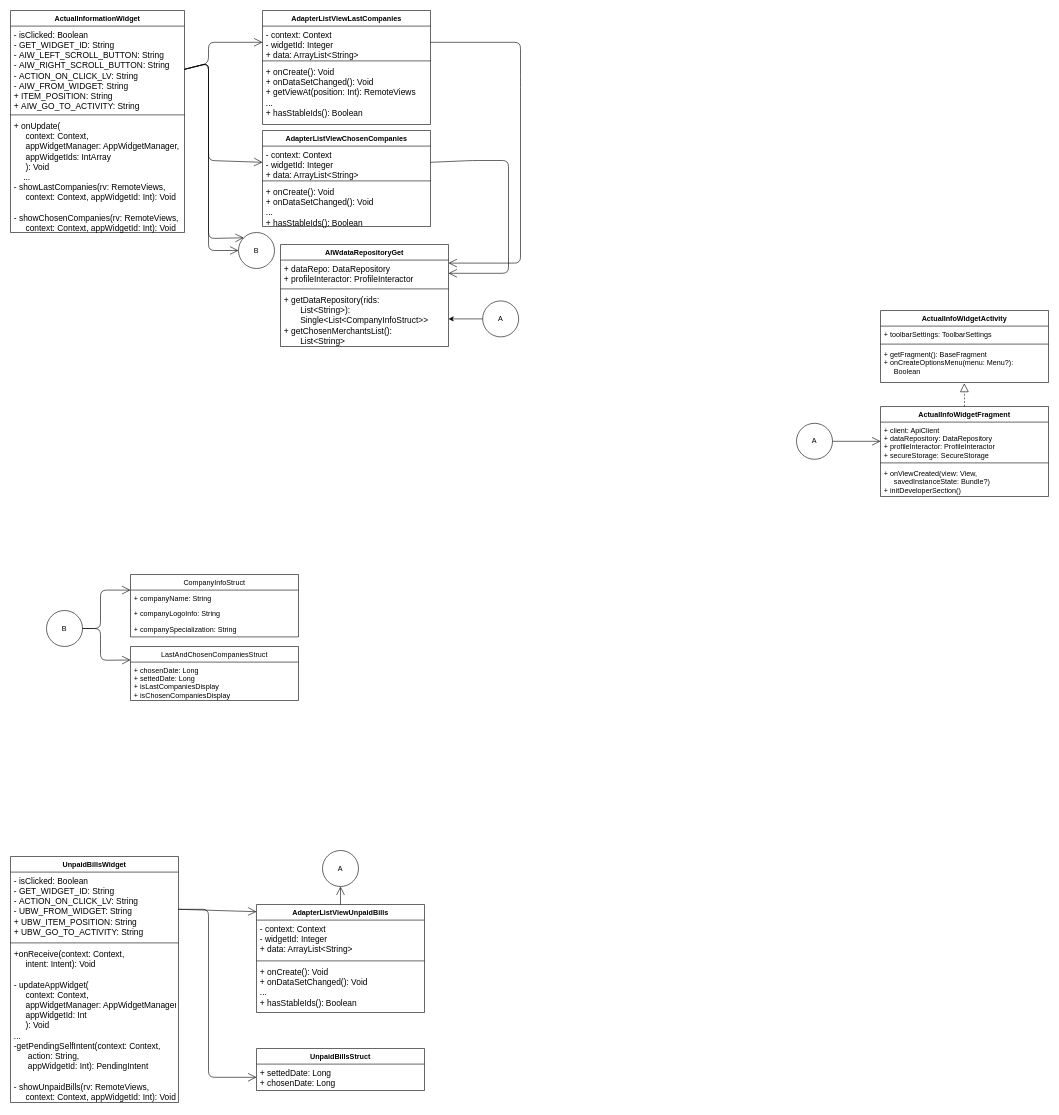
The draw.io diagram uml.drawio in Bagdasaryan/Bagdasaryan, before the edit. Source tidied: cells renumbered, new cells numbered last; positions are measured from the earlier drawing's top-left corner, leaving out a move shared by most shapes. Both pictures are drawn from the tidied source at 60%, with x=0, y=0 at pixel (10, 10).
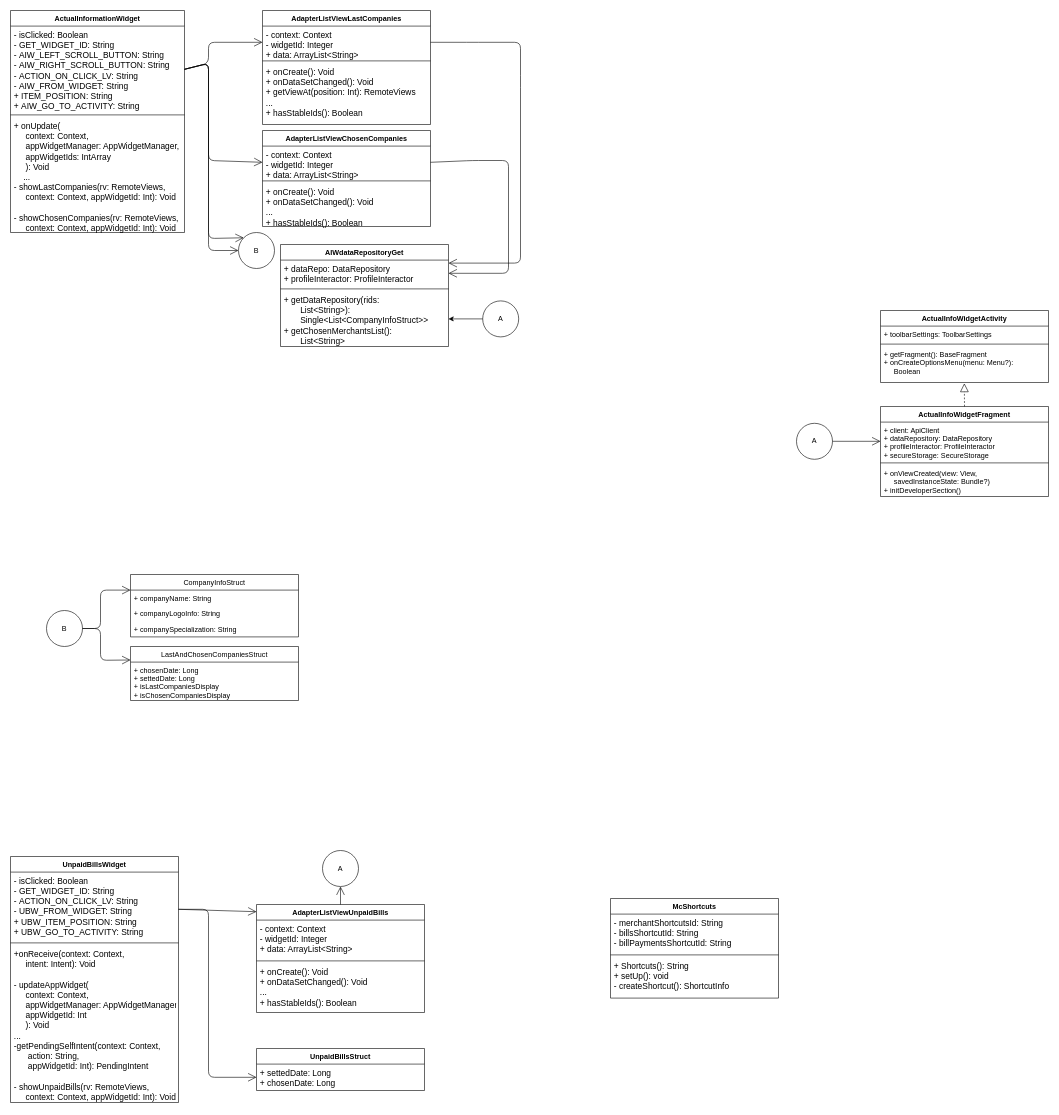
The same diagram, later.

What changed in the source:
```diff
@@
+    <mxCell id="61" value="McShortcuts" style="swimlane;fontStyle=1;align=center;verticalAlign=top;horizontal=1;startSize=26;" parent="1" vertex="1">
+      <mxGeometry x="1000" y="1480" width="280" height="166" as="geometry" />
+    </mxCell>
+    <mxCell id="62" value="- merchantShortcutsId: String&#10;- billsShortcutId: String&#10;- billPaymentsShortcutId: String" style="text;strokeColor=none;fillColor=none;align=left;verticalAlign=top;spacingLeft=4;spacingRight=4;overflow=hidden;fontSize=14;" parent="61" vertex="1">
+      <mxGeometry y="26" width="280" height="64" as="geometry" />
+    </mxCell>
+    <mxCell id="63" style="line;strokeWidth=1;fillColor=none;align=left;verticalAlign=middle;spacingTop=-1;spacingLeft=3;spacingRight=3;labelPosition=right;" parent="61" vertex="1">
+      <mxGeometry y="90" width="280" height="8" as="geometry" />
+    </mxCell>
+    <mxCell id="64" value="+ Shortcuts(): String&#10;+ setUp(): void&#10;- createShortcut(): ShortcutInfo" style="text;strokeColor=none;fillColor=none;align=left;verticalAlign=top;spacingLeft=4;spacingRight=4;overflow=hidden;fontSize=14;fontFamily=Helvetica;" parent="61" vertex="1">
+      <mxGeometry y="98" width="280" height="68" as="geometry" />
+    </mxCell>
```
